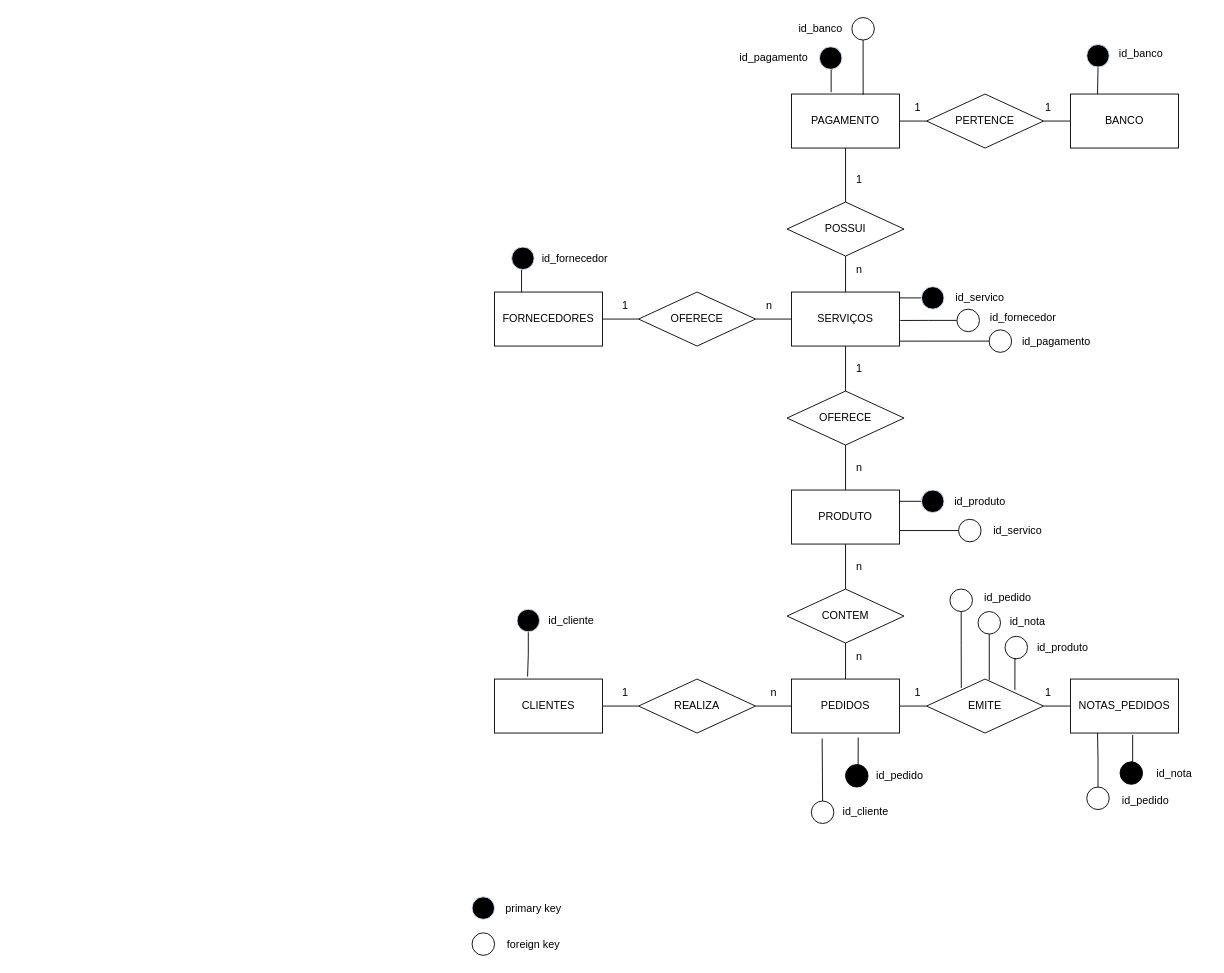
GustavoSouza123/ERDs keeps this draw.io diagram as agencia_de_turismo_DER.drawio. Above is the earlier version. Source tidied: cells renumbered, new cells numbered last; positions are measured from the earlier drawing's top-left corner, leaving out a move shared by most shapes. Both pictures are drawn from the tidied source at 90%, with x=0, y=0 at pixel (472, 14).
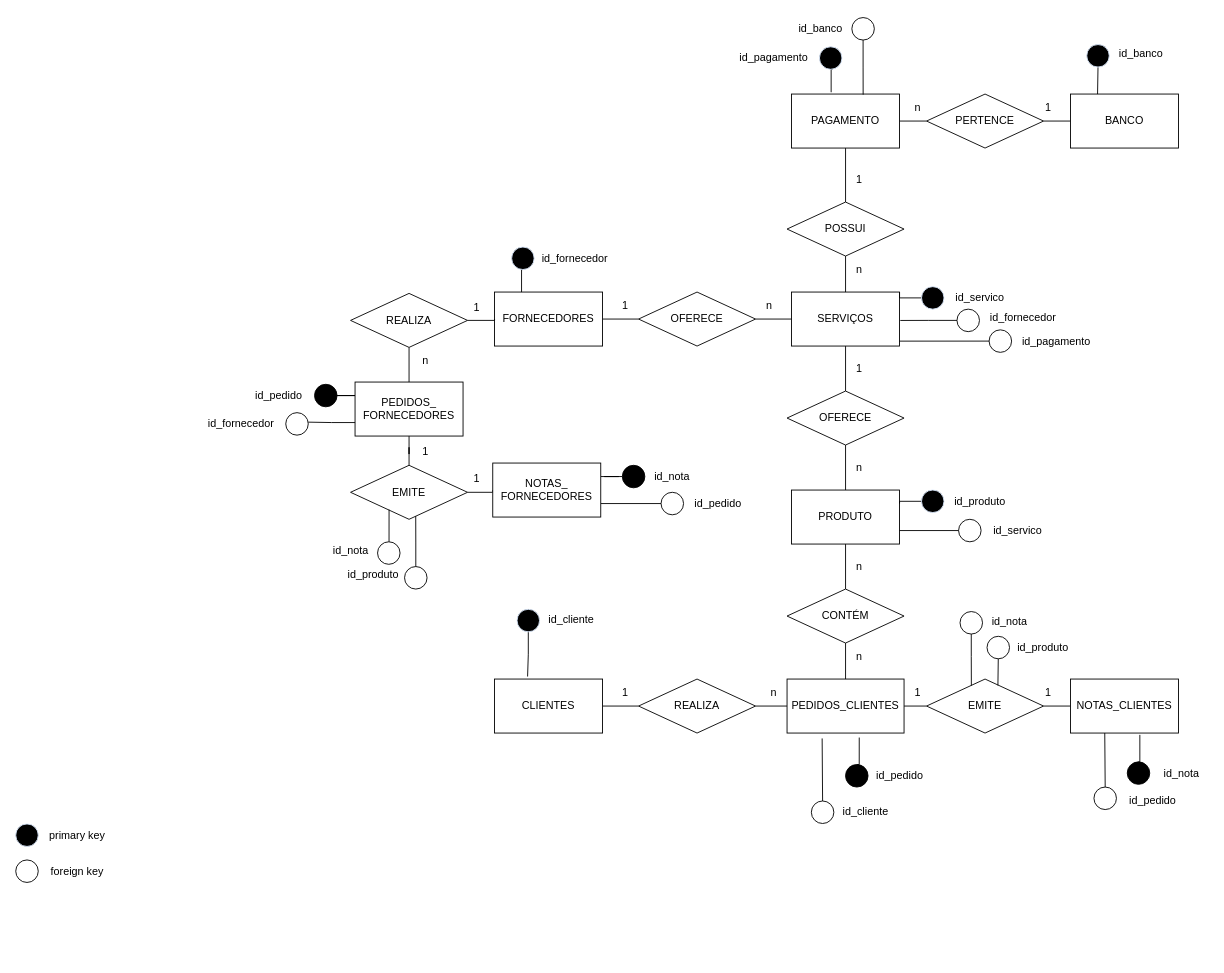
After the change.

Commit message:
fix: pedidos dos fornecedores - agencia_de_turismo_DER.drawio

The change refers to these unchanged cells:
```xml
<mxCell id="3" value="FORNECEDORES" style="rounded=0;whiteSpace=wrap;html=1;" parent="1" vertex="1">
  <mxGeometry x="25" y="308" width="120" height="60" as="geometry" />
</mxCell>
<mxCell id="19" value="EMITE" style="rhombus;whiteSpace=wrap;html=1;" parent="1" vertex="1">
  <mxGeometry x="505" y="738" width="130" height="60" as="geometry" />
</mxCell>
```

The edit, as a diff of the source:
```diff
@@
-    <mxCell id="15" value="PEDIDOS" style="rounded=0;whiteSpace=wrap;html=1;" parent="1" vertex="1">
-      <mxGeometry x="355" y="738" width="120" height="60" as="geometry" />
+    <mxCell id="15" value="PEDIDOS_CLIENTES" style="rounded=0;whiteSpace=wrap;html=1;" parent="1" vertex="1">
+      <mxGeometry x="350" y="738" width="130" height="60" as="geometry" />
     </mxCell>
@@
-    <mxCell id="20" value="NOTAS_PEDIDOS" style="rounded=0;whiteSpace=wrap;html=1;" parent="1" vertex="1">
+    <mxCell id="20" value="NOTAS_CLIENTES" style="rounded=0;whiteSpace=wrap;html=1;" parent="1" vertex="1">
       <mxGeometry x="665" y="738" width="120" height="60" as="geometry" />
     </mxCell>
@@
-    <mxCell id="30" value="CONTEM" style="rhombus;whiteSpace=wrap;html=1;" parent="1" vertex="1">
+    <mxCell id="30" value="CONTÉM" style="rhombus;whiteSpace=wrap;html=1;" parent="1" vertex="1">
       <mxGeometry x="350" y="638" width="130" height="60" as="geometry" />
     </mxCell>
@@
-    <mxCell id="38" value="1" style="text;html=1;align=center;verticalAlign=middle;strokeColor=none;fillColor=none;" parent="1" vertex="1">
+    <mxCell id="38" value="n" style="text;html=1;align=center;verticalAlign=middle;strokeColor=none;fillColor=none;" parent="1" vertex="1">
       <mxGeometry x="480" y="88" width="30" height="30" as="geometry" />
     </mxCell>
@@
     <mxCell id="47" value="id_cliente" style="text;html=1;align=center;verticalAlign=middle;strokeColor=none;fillColor=none;" parent="1" vertex="1">
-      <mxGeometry x="75" y="658" width="70" height="30" as="geometry" />
+      <mxGeometry x="75" y="657" width="70" height="30" as="geometry" />
     </mxCell>
@@
-    <mxCell id="54" style="edgeStyle=orthogonalEdgeStyle;rounded=0;jettySize=auto;html=1;exitX=0.5;exitY=0;exitDx=0;exitDy=0;entryX=0.575;entryY=1.033;entryDx=0;entryDy=0;entryPerimeter=0;endArrow=none;endFill=0;" parent="1" edge="1" source="55" target="20">
-      <mxGeometry relative="1" as="geometry" />
+    <mxCell id="54" style="edgeStyle=orthogonalEdgeStyle;rounded=0;jettySize=auto;html=1;exitX=0.5;exitY=0;exitDx=0;exitDy=0;entryX=0.575;entryY=1.033;entryDx=0;entryDy=0;entryPerimeter=0;endArrow=none;endFill=0;" parent="1" edge="1" source="55">
+      <mxGeometry relative="1" as="geometry">
+        <mxPoint x="742" y="800" as="targetPoint" />
+      </mxGeometry>
     </mxCell>
     <mxCell id="55" style="ellipse;whiteSpace=wrap;html=1;fillColor=#000000;strokeColor=#000000;gradientColor=none;gradientDirection=radial;" parent="1" vertex="1">
-      <mxGeometry x="720" y="830" width="25" height="25" as="geometry" />
+      <mxGeometry x="728" y="830" width="25" height="25" as="geometry" />
     </mxCell>
     <mxCell id="56" value="id_nota" style="text;html=1;align=center;verticalAlign=middle;strokeColor=none;fillColor=none;" parent="1" vertex="1">
-      <mxGeometry x="750" y="828" width="60" height="30" as="geometry" />
+      <mxGeometry x="758" y="828" width="60" height="30" as="geometry" />
     </mxCell>
-    <mxCell id="57" style="edgeStyle=orthogonalEdgeStyle;rounded=0;jettySize=auto;html=1;exitX=0.5;exitY=0;exitDx=0;exitDy=0;entryX=0.25;entryY=1;entryDx=0;entryDy=0;endArrow=none;endFill=0;" parent="1" edge="1" source="58" target="20">
-      <mxGeometry relative="1" as="geometry" />
+    <mxCell id="57" style="edgeStyle=orthogonalEdgeStyle;rounded=0;jettySize=auto;html=1;exitX=0.5;exitY=0;exitDx=0;exitDy=0;entryX=0.25;entryY=1;entryDx=0;entryDy=0;endArrow=none;endFill=0;" parent="1" edge="1" source="58">
+      <mxGeometry relative="1" as="geometry">
+        <mxPoint x="703" y="798" as="targetPoint" />
+      </mxGeometry>
     </mxCell>
     <mxCell id="58" style="ellipse;whiteSpace=wrap;html=1;fillColor=none;strokeColor=#000000;gradientColor=none;gradientDirection=radial;" parent="1" vertex="1">
-      <mxGeometry x="683" y="858" width="25" height="25" as="geometry" />
+      <mxGeometry x="691" y="858" width="25" height="25" as="geometry" />
     </mxCell>
     <mxCell id="59" value="id_pedido" style="text;html=1;align=center;verticalAlign=middle;strokeColor=none;fillColor=none;" parent="1" vertex="1">
-      <mxGeometry x="708" y="858" width="80" height="30" as="geometry" />
+      <mxGeometry x="716" y="858" width="80" height="30" as="geometry" />
     </mxCell>
-    <mxCell id="60" style="edgeStyle=orthogonalEdgeStyle;rounded=0;jettySize=auto;html=1;exitX=0.5;exitY=1;exitDx=0;exitDy=0;entryX=0.297;entryY=0.167;entryDx=0;entryDy=0;entryPerimeter=0;endArrow=none;endFill=0;" parent="1" edge="1" source="61" target="19">
-      <mxGeometry relative="1" as="geometry" />
-    </mxCell>
-    <mxCell id="61" style="ellipse;whiteSpace=wrap;html=1;fillColor=none;strokeColor=#000000;gradientColor=none;gradientDirection=radial;" parent="1" vertex="1">
-      <mxGeometry x="531" y="638" width="25" height="25" as="geometry" />
-    </mxCell>
     <mxCell id="62" value="id_nota" style="text;html=1;align=center;verticalAlign=middle;strokeColor=none;fillColor=none;" parent="1" vertex="1">
-      <mxGeometry x="587.2" y="659.5" width="60" height="30" as="geometry" />
+      <mxGeometry x="567.2" y="659.5" width="60" height="30" as="geometry" />
     </mxCell>
-    <mxCell id="63" style="edgeStyle=orthogonalEdgeStyle;rounded=0;jettySize=auto;html=1;exitX=0.5;exitY=1;exitDx=0;exitDy=0;entryX=0.536;entryY=0.019;entryDx=0;entryDy=0;entryPerimeter=0;endArrow=none;endFill=0;" parent="1" edge="1" source="64" target="19">
-      <mxGeometry relative="1" as="geometry" />
-    </mxCell>
     <mxCell id="64" style="ellipse;whiteSpace=wrap;html=1;fillColor=none;strokeColor=#000000;gradientColor=none;gradientDirection=radial;" parent="1" vertex="1">
-      <mxGeometry x="562.2" y="663" width="25" height="25" as="geometry" />
+      <mxGeometry x="542.2" y="663" width="25" height="25" as="geometry" />
     </mxCell>
-    <mxCell id="65" value="id_pedido" style="text;html=1;align=center;verticalAlign=middle;strokeColor=none;fillColor=none;" parent="1" vertex="1">
-      <mxGeometry x="555" y="633" width="80" height="30" as="geometry" />
-    </mxCell>
-    <mxCell id="66" style="edgeStyle=orthogonalEdgeStyle;rounded=0;jettySize=auto;html=1;exitX=0.5;exitY=1;exitDx=0;exitDy=0;entryX=0.755;entryY=0.202;entryDx=0;entryDy=0;entryPerimeter=0;endArrow=none;endFill=0;" parent="1" edge="1" source="67" target="19">
+    <mxCell id="66" style="edgeStyle=orthogonalEdgeStyle;rounded=0;jettySize=auto;html=1;exitX=0.5;exitY=1;exitDx=0;exitDy=0;endArrow=none;endFill=0;entryX=0.61;entryY=0.119;entryDx=0;entryDy=0;entryPerimeter=0;" parent="1" edge="1" source="67" target="19">
       <mxGeometry relative="1" as="geometry" />
     </mxCell>
     <mxCell id="67" style="ellipse;whiteSpace=wrap;html=1;fillColor=none;strokeColor=#000000;gradientColor=none;gradientDirection=radial;" parent="1" vertex="1">
-      <mxGeometry x="592.2" y="690.5" width="25" height="25" as="geometry" />
+      <mxGeometry x="572.2" y="690.5" width="25" height="25" as="geometry" />
     </mxCell>
     <mxCell id="68" value="id_produto" style="text;html=1;align=center;verticalAlign=middle;strokeColor=none;fillColor=none;" parent="1" vertex="1">
-      <mxGeometry x="615.5" y="688" width="80" height="30" as="geometry" />
+      <mxGeometry x="593.5" y="688" width="80" height="30" as="geometry" />
     </mxCell>
@@
     <mxCell id="96" style="ellipse;whiteSpace=wrap;html=1;fillColor=#000000;strokeColor=#DAE8FC;gradientColor=none;gradientDirection=radial;" parent="1" vertex="1">
-      <mxGeometry y="980" width="25" height="25" as="geometry" />
+      <mxGeometry x="-507" y="899" width="25" height="25" as="geometry" />
     </mxCell>
     <mxCell id="97" style="ellipse;whiteSpace=wrap;html=1;fillColor=none;strokeColor=#000000;gradientColor=none;gradientDirection=radial;" parent="1" vertex="1">
-      <mxGeometry y="1020" width="25" height="25" as="geometry" />
+      <mxGeometry x="-507" y="939" width="25" height="25" as="geometry" />
     </mxCell>
     <mxCell id="98" value="primary key" style="text;html=1;align=center;verticalAlign=middle;strokeColor=none;fillColor=none;" parent="1" vertex="1">
-      <mxGeometry x="23" y="977.5" width="90" height="30" as="geometry" />
+      <mxGeometry x="-484" y="896.5" width="90" height="30" as="geometry" />
     </mxCell>
     <mxCell id="99" value="foreign key" style="text;html=1;align=center;verticalAlign=middle;strokeColor=none;fillColor=none;" parent="1" vertex="1">
-      <mxGeometry x="27.5" y="1017.5" width="80" height="30" as="geometry" />
+      <mxGeometry x="-479.5" y="936.5" width="80" height="30" as="geometry" />
     </mxCell>
+    <mxCell id="100" style="edgeStyle=orthogonalEdgeStyle;rounded=0;jettySize=auto;html=1;exitX=0.5;exitY=1;exitDx=0;exitDy=0;endArrow=none;endFill=0;" parent="1" edge="1" source="102" target="104">
+      <mxGeometry relative="1" as="geometry" />
+    </mxCell>
+    <mxCell id="101" style="edgeStyle=orthogonalEdgeStyle;rounded=0;jettySize=auto;html=1;exitX=0;exitY=0.25;exitDx=0;exitDy=0;endArrow=none;endFill=0;" parent="1" edge="1" source="102" target="117">
+      <mxGeometry relative="1" as="geometry" />
+    </mxCell>
+    <mxCell id="102" value="PEDIDOS_&lt;br&gt;FORNECEDORES" style="rounded=0;whiteSpace=wrap;html=1;" parent="1" vertex="1">
+      <mxGeometry x="-130" y="408" width="120" height="60" as="geometry" />
+    </mxCell>
+    <mxCell id="103" style="edgeStyle=orthogonalEdgeStyle;rounded=0;jettySize=auto;html=1;exitX=1;exitY=0.5;exitDx=0;exitDy=0;entryX=0;entryY=0.5;entryDx=0;entryDy=0;endArrow=none;endFill=0;" parent="1" edge="1" source="104" target="107">
+      <mxGeometry relative="1" as="geometry" />
+    </mxCell>
+    <mxCell id="104" value="EMITE" style="rhombus;whiteSpace=wrap;html=1;" parent="1" vertex="1">
+      <mxGeometry x="-135" y="500.5" width="130" height="60" as="geometry" />
+    </mxCell>
+    <mxCell id="105" style="edgeStyle=orthogonalEdgeStyle;rounded=0;jettySize=auto;html=1;exitX=1;exitY=0.25;exitDx=0;exitDy=0;endArrow=none;endFill=0;" parent="1" edge="1" source="107" target="121">
+      <mxGeometry relative="1" as="geometry" />
+    </mxCell>
+    <mxCell id="106" style="edgeStyle=orthogonalEdgeStyle;rounded=0;jettySize=auto;html=1;exitX=1;exitY=0.75;exitDx=0;exitDy=0;endArrow=none;endFill=0;" parent="1" edge="1" source="107" target="123">
+      <mxGeometry relative="1" as="geometry" />
+    </mxCell>
+    <mxCell id="107" value="NOTAS_&lt;br&gt;FORNECEDORES" style="rounded=0;whiteSpace=wrap;html=1;" parent="1" vertex="1">
+      <mxGeometry x="23" y="498" width="120" height="60" as="geometry" />
+    </mxCell>
+    <mxCell id="108" style="edgeStyle=orthogonalEdgeStyle;rounded=0;jettySize=auto;html=1;exitX=1;exitY=0.5;exitDx=0;exitDy=0;entryX=0;entryY=0.5;entryDx=0;entryDy=0;endArrow=none;endFill=0;" parent="1" edge="1" source="110" target="3">
+      <mxGeometry relative="1" as="geometry" />
+    </mxCell>
+    <mxCell id="109" style="edgeStyle=orthogonalEdgeStyle;rounded=0;jettySize=auto;html=1;exitX=0.5;exitY=1;exitDx=0;exitDy=0;entryX=0.5;entryY=0;entryDx=0;entryDy=0;endArrow=none;endFill=0;" parent="1" edge="1" source="110" target="102">
+      <mxGeometry relative="1" as="geometry" />
+    </mxCell>
+    <mxCell id="110" value="REALIZA" style="rhombus;whiteSpace=wrap;html=1;" parent="1" vertex="1">
+      <mxGeometry x="-135" y="309.5" width="130" height="60" as="geometry" />
+    </mxCell>
+    <mxCell id="63" style="edgeStyle=orthogonalEdgeStyle;rounded=0;jettySize=auto;html=1;exitX=0.5;exitY=1;exitDx=0;exitDy=0;entryX=0.383;entryY=0.121;entryDx=0;entryDy=0;entryPerimeter=0;endArrow=none;endFill=0;" parent="1" edge="1" source="64" target="19">
+      <mxGeometry relative="1" as="geometry" />
+    </mxCell>
+    <mxCell id="111" value="id_nota" style="text;html=1;align=center;verticalAlign=middle;strokeColor=none;fillColor=none;" parent="1" vertex="1">
+      <mxGeometry x="-165" y="580.5" width="60" height="30" as="geometry" />
+    </mxCell>
+    <mxCell id="112" style="ellipse;whiteSpace=wrap;html=1;fillColor=none;strokeColor=#000000;gradientColor=none;gradientDirection=radial;" parent="1" vertex="1">
+      <mxGeometry x="-105" y="585.5" width="25" height="25" as="geometry" />
+    </mxCell>
+    <mxCell id="113" style="ellipse;whiteSpace=wrap;html=1;fillColor=none;strokeColor=#000000;gradientColor=none;gradientDirection=radial;" parent="1" vertex="1">
+      <mxGeometry x="-75" y="613" width="25" height="25" as="geometry" />
+    </mxCell>
+    <mxCell id="114" value="id_produto" style="text;html=1;align=center;verticalAlign=middle;strokeColor=none;fillColor=none;" parent="1" vertex="1">
+      <mxGeometry x="-150" y="607" width="80" height="30" as="geometry" />
+    </mxCell>
+    <mxCell id="115" style="edgeStyle=orthogonalEdgeStyle;rounded=0;jettySize=auto;html=1;exitX=0.5;exitY=0;exitDx=0;exitDy=0;entryX=0.557;entryY=0.942;entryDx=0;entryDy=0;entryPerimeter=0;endArrow=none;endFill=0;" parent="1" edge="1" source="113" target="104">
+      <mxGeometry relative="1" as="geometry" />
+    </mxCell>
+    <mxCell id="116" style="edgeStyle=orthogonalEdgeStyle;rounded=0;jettySize=auto;html=1;exitX=0.511;exitY=-0.001;exitDx=0;exitDy=0;entryX=0.306;entryY=0.822;entryDx=0;entryDy=0;entryPerimeter=0;endArrow=none;endFill=0;exitPerimeter=0;" parent="1" edge="1" source="112">
+      <mxGeometry relative="1" as="geometry">
+        <mxPoint x="-92.2" y="549.8" as="targetPoint" />
+      </mxGeometry>
+    </mxCell>
+    <mxCell id="117" style="ellipse;whiteSpace=wrap;html=1;fillColor=#000000;strokeColor=#000000;gradientColor=none;gradientDirection=radial;" parent="1" vertex="1">
+      <mxGeometry x="-175" y="410.5" width="25" height="25" as="geometry" />
+    </mxCell>
+    <mxCell id="118" value="id_pedido" style="text;html=1;align=center;verticalAlign=middle;strokeColor=none;fillColor=none;" parent="1" vertex="1">
+      <mxGeometry x="-255" y="408" width="80" height="30" as="geometry" />
+    </mxCell>
+    <mxCell id="119" style="ellipse;whiteSpace=wrap;html=1;fillColor=none;strokeColor=#000000;gradientColor=none;gradientDirection=radial;" parent="1" vertex="1">
+      <mxGeometry x="-207" y="442" width="25" height="25" as="geometry" />
+    </mxCell>
+    <mxCell id="120" value="id_fornecedor" style="text;html=1;align=center;verticalAlign=middle;strokeColor=none;fillColor=none;" parent="1" vertex="1">
+      <mxGeometry x="-307" y="439.5" width="100" height="30" as="geometry" />
+    </mxCell>
+    <mxCell id="121" style="ellipse;whiteSpace=wrap;html=1;fillColor=#000000;strokeColor=#000000;gradientColor=none;gradientDirection=radial;" parent="1" vertex="1">
+      <mxGeometry x="167" y="500.5" width="25" height="25" as="geometry" />
+    </mxCell>
+    <mxCell id="122" value="id_nota" style="text;html=1;align=center;verticalAlign=middle;strokeColor=none;fillColor=none;" parent="1" vertex="1">
+      <mxGeometry x="192" y="498" width="60" height="30" as="geometry" />
+    </mxCell>
+    <mxCell id="123" style="ellipse;whiteSpace=wrap;html=1;fillColor=none;strokeColor=#000000;gradientColor=none;gradientDirection=radial;" parent="1" vertex="1">
+      <mxGeometry x="210" y="530.5" width="25" height="25" as="geometry" />
+    </mxCell>
+    <mxCell id="124" style="edgeStyle=orthogonalEdgeStyle;rounded=0;jettySize=auto;html=1;exitX=0;exitY=0.75;exitDx=0;exitDy=0;entryX=1;entryY=0.422;entryDx=0;entryDy=0;entryPerimeter=0;endArrow=none;endFill=0;" parent="1" edge="1" source="102" target="119">
+      <mxGeometry relative="1" as="geometry" />
+    </mxCell>
+    <mxCell id="125" value="1" style="text;html=1;align=center;verticalAlign=middle;strokeColor=none;fillColor=none;" parent="1" vertex="1">
+      <mxGeometry x="-67" y="470.5" width="30" height="30" as="geometry" />
+    </mxCell>
+    <mxCell id="126" value="1" style="text;html=1;align=center;verticalAlign=middle;strokeColor=none;fillColor=none;" parent="1" vertex="1">
+      <mxGeometry x="-10" y="500.5" width="30" height="30" as="geometry" />
+    </mxCell>
+    <mxCell id="127" value="1" style="text;html=1;align=center;verticalAlign=middle;strokeColor=none;fillColor=none;" parent="1" vertex="1">
+      <mxGeometry x="-10" y="309.5" width="30" height="30" as="geometry" />
+    </mxCell>
+    <mxCell id="128" value="n" style="text;html=1;align=center;verticalAlign=middle;strokeColor=none;fillColor=none;" parent="1" vertex="1">
+      <mxGeometry x="-67" y="369.5" width="30" height="30" as="geometry" />
+    </mxCell>
+    <mxCell id="129" value="id_pedido" style="text;html=1;align=center;verticalAlign=middle;strokeColor=none;fillColor=none;" parent="1" vertex="1">
+      <mxGeometry x="233" y="528" width="80" height="30" as="geometry" />
+    </mxCell>
```
